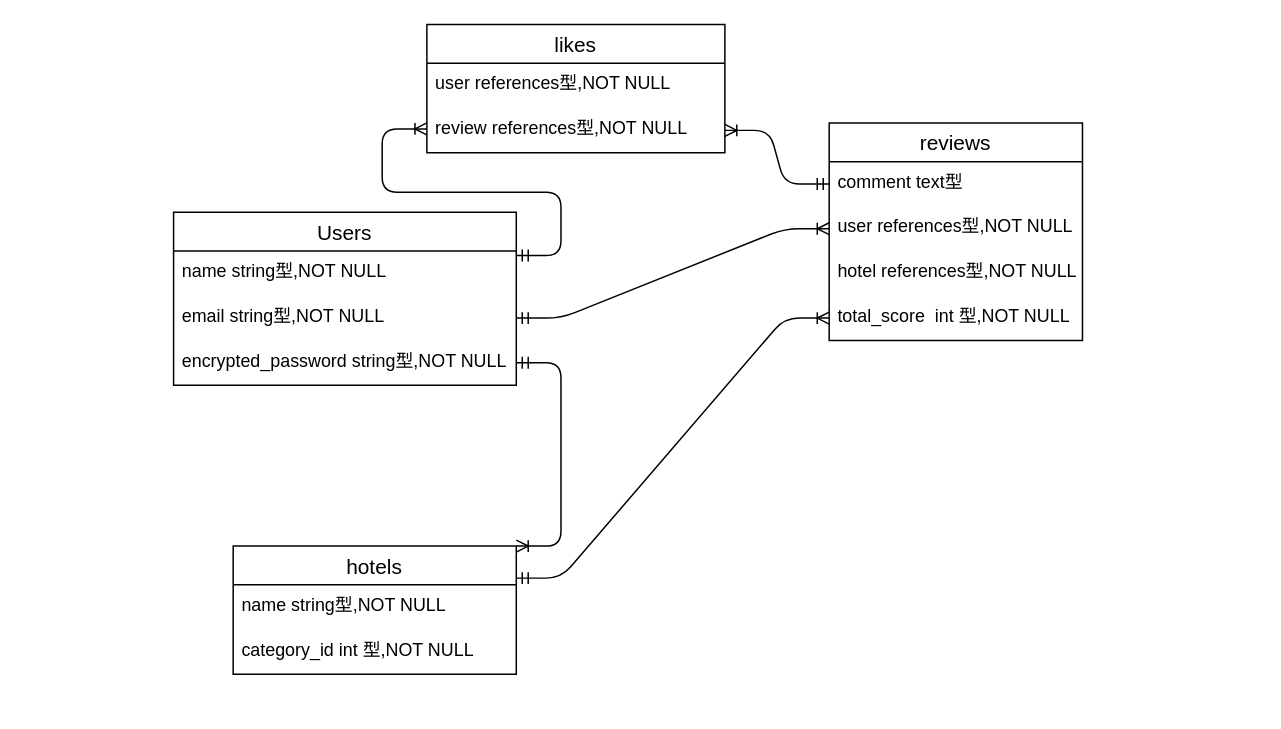
Before: Relationship.dio in yasfu/accommodationreview, a draw.io diagram. Source tidied: cells renumbered, new cells numbered last; positions are measured from the earlier drawing's top-left corner, leaving out a move shared by most shapes. Both pictures are drawn from the tidied source at 149%, with x=0, y=0 at pixel (173, 24).
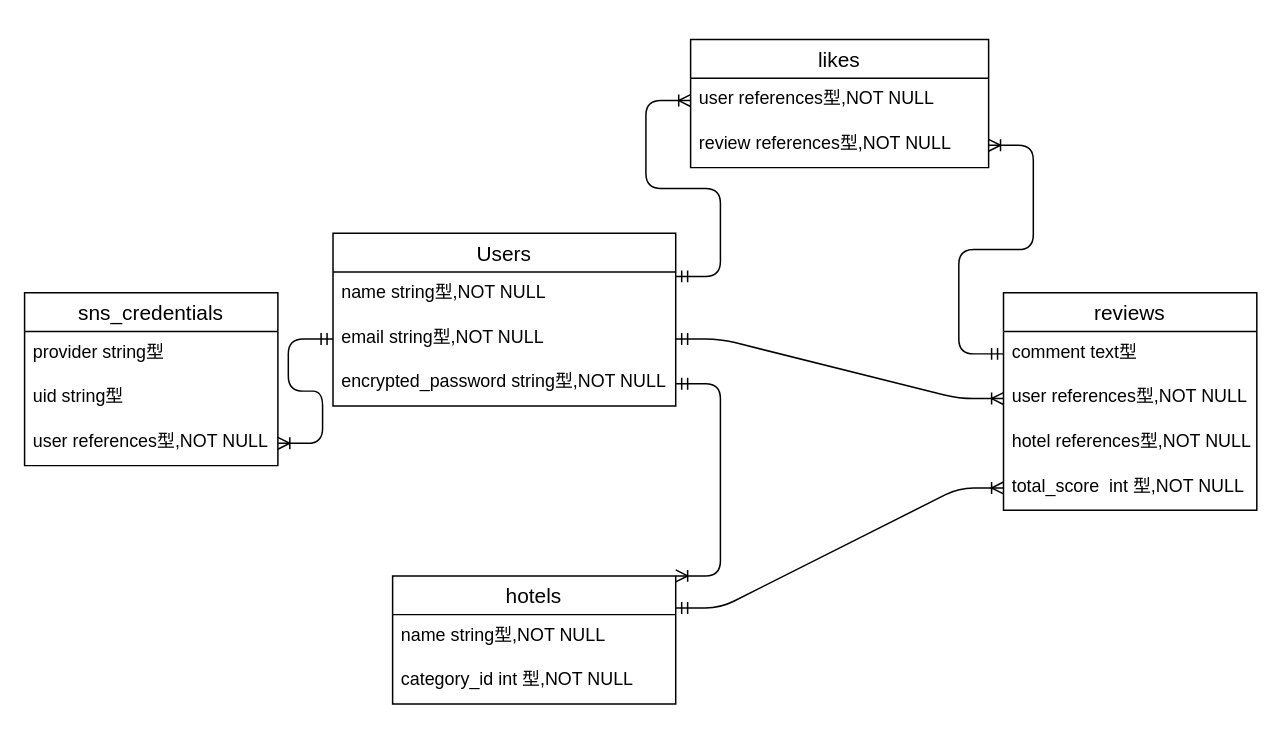
After the change.

Commit message (it also covers changes not shown here):
データベース設計の変更

Unchanged cells that the change refers to:
```xml
<mxCell id="4" value="email string型,NOT NULL" style="text;strokeColor=none;fillColor=none;spacingLeft=4;spacingRight=4;overflow=hidden;points=[[0,0.5],[1,0.5]];portConstraint=eastwest;fontSize=12;" parent="2" vertex="1">
  <mxGeometry y="56" width="230" height="30" as="geometry" />
</mxCell>
<mxCell id="17" value="user references型,NOT NULL" style="text;strokeColor=none;fillColor=none;spacingLeft=4;spacingRight=4;overflow=hidden;points=[[0,0.5],[1,0.5]];portConstraint=eastwest;fontSize=12;" parent="16" vertex="1">
  <mxGeometry y="26" width="200" height="30" as="geometry" />
</mxCell>
```

Diff of the diagram source:
```diff
@@
     <mxCell id="2" value="Users" style="swimlane;fontStyle=0;horizontal=1;startSize=26;align=center;fontSize=14;" parent="1" vertex="1">
-      <mxGeometry y="126" width="230" height="116" as="geometry" />
+      <mxGeometry x="107" y="140" width="230" height="116" as="geometry" />
     </mxCell>
@@
     <mxCell id="6" value="hotels" style="swimlane;fontStyle=0;horizontal=1;startSize=26;align=center;fontSize=14;" parent="1" vertex="1">
-      <mxGeometry x="40" y="350" width="190" height="86" as="geometry" />
+      <mxGeometry x="147" y="370" width="190" height="86" as="geometry" />
     </mxCell>
@@
     <mxCell id="9" value="reviews" style="swimlane;fontStyle=0;horizontal=1;startSize=26;align=center;fontSize=14;" parent="1" vertex="1">
-      <mxGeometry x="440" y="66" width="170" height="146" as="geometry" />
+      <mxGeometry x="557" y="180" width="170" height="146" as="geometry" />
     </mxCell>
@@
     <mxCell id="16" value="likes" style="swimlane;fontStyle=0;horizontal=1;startSize=26;align=center;fontSize=14;" parent="1" vertex="1">
-      <mxGeometry x="170" width="200" height="86" as="geometry" />
+      <mxGeometry x="347" y="10" width="200" height="86" as="geometry" />
     </mxCell>
@@
-    <mxCell id="19" style="edgeStyle=entityRelationEdgeStyle;fontSize=12;html=1;endArrow=ERoneToMany;startArrow=ERmandOne;exitX=1;exitY=0.25;exitDx=0;exitDy=0;" parent="1" edge="1" source="2">
-      <mxGeometry relative="1" as="geometry">
-        <mxPoint x="170" y="70" as="targetPoint" />
-      </mxGeometry>
+    <mxCell id="19" style="edgeStyle=entityRelationEdgeStyle;fontSize=12;html=1;endArrow=ERoneToMany;startArrow=ERmandOne;exitX=1;exitY=0.25;exitDx=0;exitDy=0;entryX=0;entryY=0.5;entryDx=0;entryDy=0;" parent="1" edge="1" source="2" target="17">
+      <mxGeometry relative="1" as="geometry" />
     </mxCell>
@@
+    <mxCell id="22" value="sns_credentials" style="swimlane;fontStyle=0;horizontal=1;startSize=26;align=center;fontSize=14;" parent="1" vertex="1">
+      <mxGeometry x="-100" y="180" width="170" height="116" as="geometry" />
+    </mxCell>
+    <mxCell id="23" value="provider string型" style="text;strokeColor=none;fillColor=none;spacingLeft=4;spacingRight=4;overflow=hidden;fontSize=12;" parent="22" vertex="1">
+      <mxGeometry y="26" width="170" height="30" as="geometry" />
+    </mxCell>
+    <mxCell id="24" value="uid string型" style="text;strokeColor=none;fillColor=none;spacingLeft=4;spacingRight=4;overflow=hidden;fontSize=12;" parent="22" vertex="1">
+      <mxGeometry y="56" width="170" height="30" as="geometry" />
+    </mxCell>
+    <mxCell id="25" value="user references型,NOT NULL" style="text;strokeColor=none;fillColor=none;spacingLeft=4;spacingRight=4;overflow=hidden;points=[[0,0.5],[1,0.5]];portConstraint=eastwest;fontSize=12;" parent="22" vertex="1">
+      <mxGeometry y="86" width="170" height="30" as="geometry" />
+    </mxCell>
+    <mxCell id="26" style="edgeStyle=entityRelationEdgeStyle;fontSize=12;html=1;endArrow=ERoneToMany;startArrow=ERmandOne;exitX=0;exitY=0.5;exitDx=0;exitDy=0;entryX=1;entryY=0.5;entryDx=0;entryDy=0;" parent="1" edge="1" source="4" target="25">
+      <mxGeometry relative="1" as="geometry" />
+    </mxCell>
```
